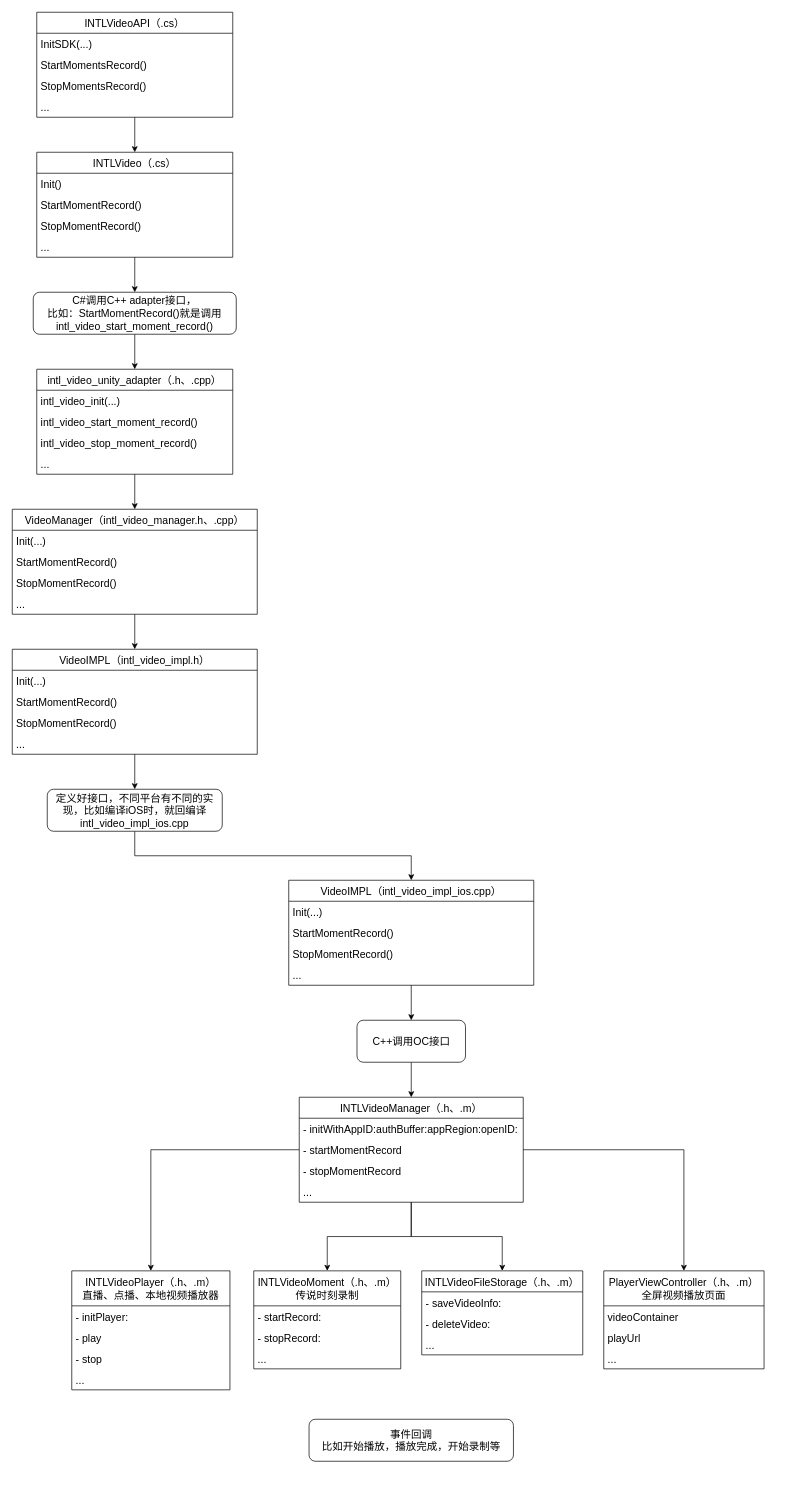
Earlier version of the draw.io diagram INTLVideo.drawio (star-j/Flowchart). Source tidied: cells renumbered, new cells numbered last; positions are measured from the earlier drawing's top-left corner, leaving out a move shared by most shapes. Both pictures are drawn from the tidied source at 70%, with x=0, y=0 at pixel (12, 12).
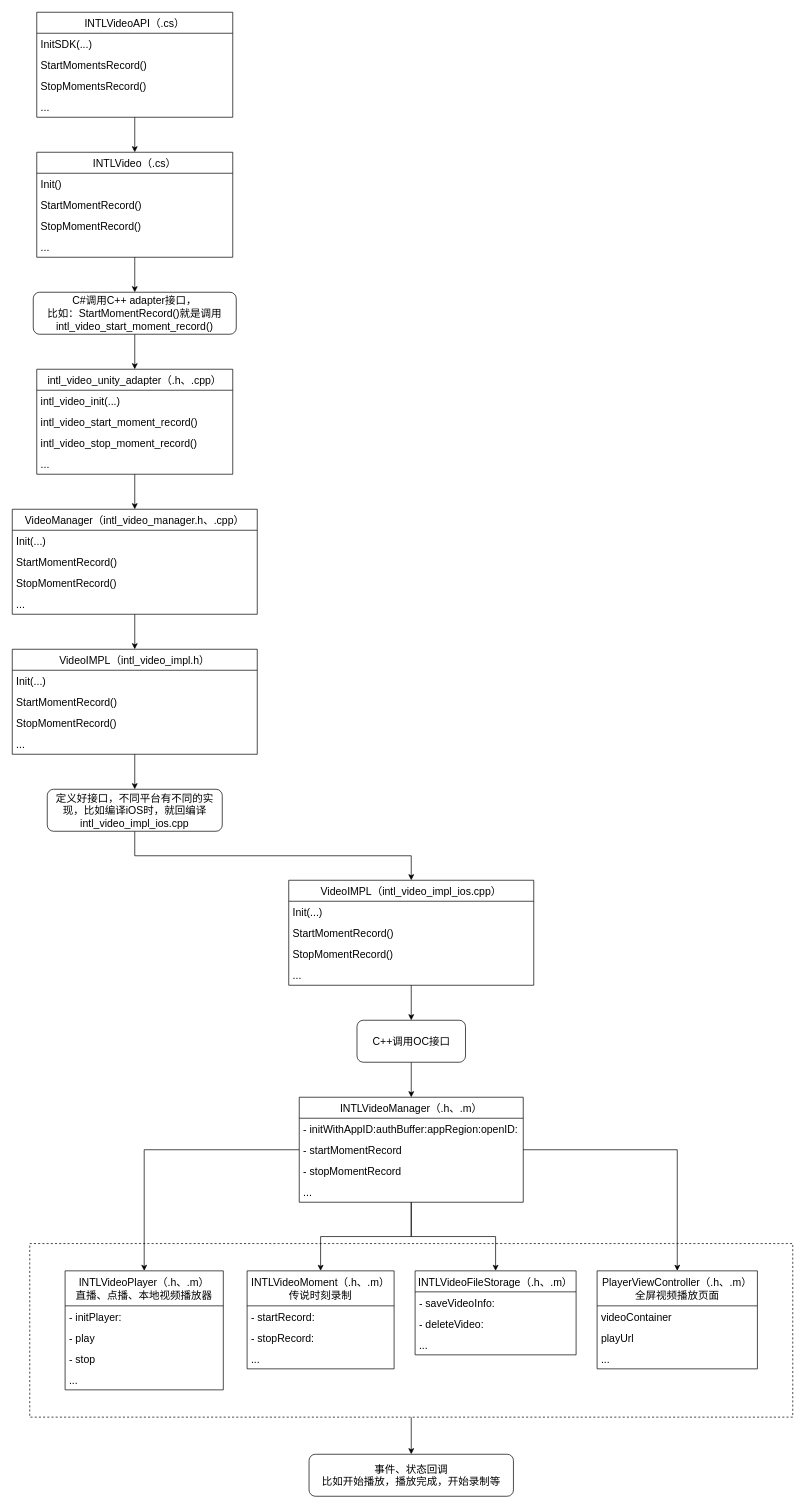
The same diagram, later.

Diff of the diagram source:
```diff
@@
+    <mxCell id="71" style="edgeStyle=orthogonalEdgeStyle;rounded=0;jettySize=auto;html=1;exitX=0.5;exitY=1;exitDx=0;exitDy=0;entryX=0.5;entryY=0;entryDx=0;entryDy=0;" parent="1" edge="1" source="72" target="70">
+      <mxGeometry relative="1" as="geometry" />
+    </mxCell>
+    <mxCell id="72" style="rounded=0;whiteSpace=wrap;html=1;dashed=1;" parent="1" vertex="1">
+      <mxGeometry x="25" y="1759" width="1090" height="248" as="geometry" />
+    </mxCell>
@@
     <mxCell id="53" value="INTLVideoPlayer（.h、.m）&#10;直播、点播、本地视频播放器" style="swimlane;fontStyle=0;horizontal=1;startSize=50;fontSize=15;" parent="1" vertex="1">
-      <mxGeometry x="85" y="1798" width="226" height="170" as="geometry" />
+      <mxGeometry x="75.5" y="1798" width="226" height="170" as="geometry" />
     </mxCell>
@@
     <mxCell id="58" value="INTLVideoMoment（.h、.m）&#10;传说时刻录制" style="swimlane;fontStyle=0;horizontal=1;startSize=50;fontSize=15;" parent="1" vertex="1">
-      <mxGeometry x="345" y="1798" width="210" height="140" as="geometry" />
+      <mxGeometry x="335.5" y="1798" width="210" height="140" as="geometry" />
     </mxCell>
@@
     <mxCell id="62" value="PlayerViewController（.h、.m）&#10;全屏视频播放页面" style="swimlane;fontStyle=0;horizontal=1;startSize=50;fontSize=15;" parent="1" vertex="1">
-      <mxGeometry x="845" y="1798" width="229" height="140" as="geometry" />
+      <mxGeometry x="835.5" y="1798" width="229" height="140" as="geometry" />
     </mxCell>
@@
     <mxCell id="66" value="INTLVideoFileStorage（.h、.m）" style="swimlane;fontStyle=0;horizontal=1;startSize=30;fontSize=15;" parent="1" vertex="1">
-      <mxGeometry x="585" y="1798" width="230" height="120" as="geometry" />
+      <mxGeometry x="575.5" y="1798" width="230" height="120" as="geometry" />
     </mxCell>
@@
-    <mxCell id="70" value="事件回调&lt;br&gt;比如开始播放，播放完成，开始录制等" style="rounded=1;whiteSpace=wrap;html=1;fontSize=15;" parent="1" vertex="1">
-      <mxGeometry x="424" y="2010" width="292" height="60" as="geometry" />
+    <mxCell id="70" value="事件、状态回调&lt;br&gt;比如开始播放，播放完成，开始录制等" style="rounded=1;whiteSpace=wrap;html=1;fontSize=15;" parent="1" vertex="1">
+      <mxGeometry x="424" y="2060" width="292" height="60" as="geometry" />
     </mxCell>
```
